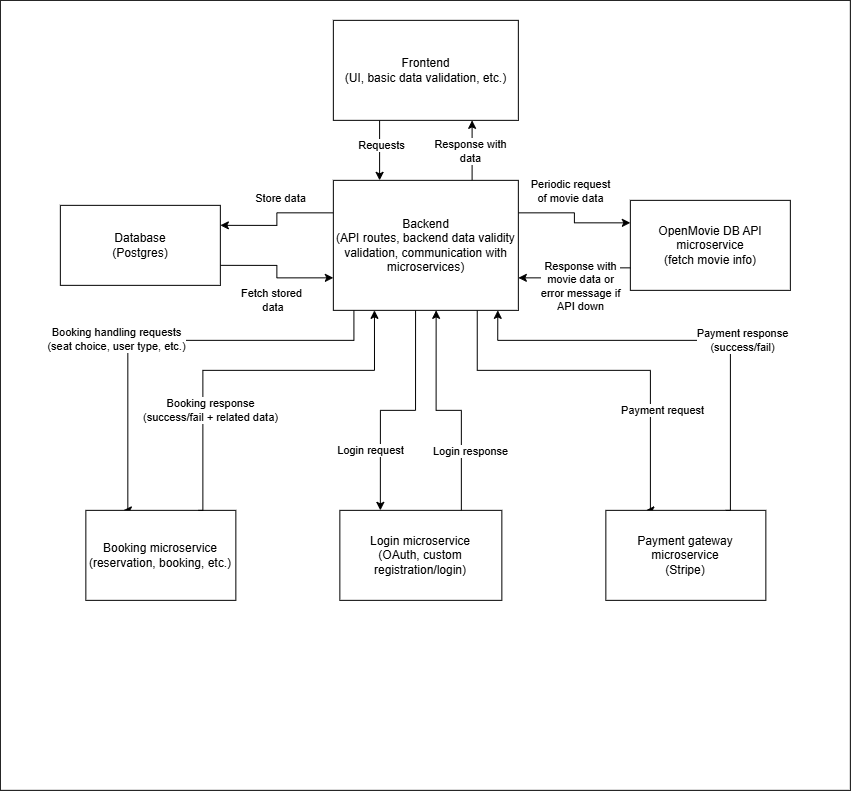
This is docs/architecture_diagram.png from mpomahac25/North-star-app, a draw.io export, as it was before one commit. Source tidied: cells renumbered, new cells last; positions are measured from the earlier drawing's top-left corner, leaving out a move shared by most shapes.
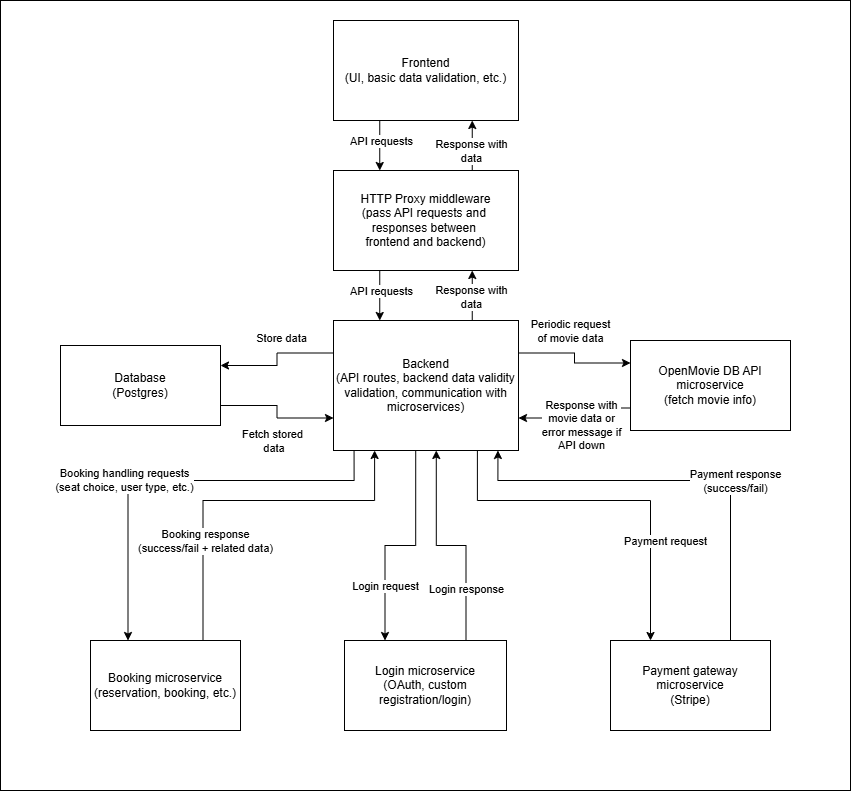
The same file after the commit.

Change to the diagram source:
```diff
@@ -5,23 +5,18 @@
     <mxCell id="2" style="rounded=0;whiteSpace=wrap;html=1;" parent="1" vertex="1">
       <mxGeometry width="850" height="790" as="geometry" />
     </mxCell>
-    <mxCell id="3" style="edgeStyle=orthogonalEdgeStyle;rounded=0;jettySize=auto;html=1;exitX=0.25;exitY=1;exitDx=0;exitDy=0;entryX=0.25;entryY=0;entryDx=0;entryDy=0;" parent="1" edge="1" source="5" target="18">
+    <mxCell id="3" style="edgeStyle=orthogonalEdgeStyle;rounded=0;jettySize=auto;html=1;exitX=0.25;exitY=1;exitDx=0;exitDy=0;entryX=0.25;entryY=0;entryDx=0;entryDy=0;" parent="1" edge="1" source="5" target="37">
       <mxGeometry relative="1" as="geometry" />
     </mxCell>
-    <mxCell id="4" value="Requests" style="edgeLabel;html=1;align=center;verticalAlign=middle;" parent="3" vertex="1">
+    <mxCell id="4" value="API requests" style="edgeLabel;html=1;align=center;verticalAlign=middle;" parent="3" vertex="1">
       <mxGeometry x="-0.19" y="1" relative="1" as="geometry" />
     </mxCell>
     <mxCell id="5" value="Frontend&lt;div&gt;(UI, basic data validation, etc.)&lt;/div&gt;" style="rounded=0;whiteSpace=wrap;html=1;" parent="1" vertex="1">
       <mxGeometry x="333" y="20" width="185" height="100" as="geometry" />
     </mxCell>
-    <mxCell id="6" style="edgeStyle=orthogonalEdgeStyle;rounded=0;jettySize=auto;html=1;exitX=0.75;exitY=0;exitDx=0;exitDy=0;entryX=0.75;entryY=1;entryDx=0;entryDy=0;" parent="1" edge="1" source="18" target="5">
+    <mxCell id="6" style="edgeStyle=orthogonalEdgeStyle;rounded=0;jettySize=auto;html=1;exitX=0.75;exitY=0;exitDx=0;exitDy=0;entryX=0.75;entryY=1;entryDx=0;entryDy=0;" parent="1" edge="1" source="37" target="5">
       <mxGeometry relative="1" as="geometry" />
     </mxCell>
-    <mxCell id="7" value="Response with&lt;div&gt;data&lt;/div&gt;" style="edgeLabel;html=1;align=center;verticalAlign=middle;" parent="6" vertex="1">
-      <mxGeometry x="-0.01" y="-2" relative="1" as="geometry">
-        <mxPoint x="-4" as="offset" />
-      </mxGeometry>
-    </mxCell>
     <mxCell id="8" style="edgeStyle=orthogonalEdgeStyle;rounded=0;jettySize=auto;html=1;exitX=0;exitY=0.25;exitDx=0;exitDy=0;entryX=1;entryY=0.25;entryDx=0;entryDy=0;" parent="1" edge="1" source="18" target="21">
       <mxGeometry relative="1" as="geometry" />
     </mxCell>
@@ -33,9 +28,8 @@
     <mxCell id="10" style="edgeStyle=orthogonalEdgeStyle;rounded=0;jettySize=auto;html=1;exitX=0.111111;exitY=1;exitDx=0;exitDy=0;exitPerimeter=0;entryX=0.25;entryY=0;entryDx=0;entryDy=0;" parent="1" edge="1" source="18" target="23">
       <mxGeometry relative="1" as="geometry">
         <Array as="points">
-          <mxPoint x="353.6" y="340" />
-          <mxPoint x="127.5" y="340" />
-          <mxPoint x="127.5" y="510" />
+          <mxPoint x="353.6" y="480" />
+          <mxPoint x="127.5" y="480" />
         </Array>
       </mxGeometry>
     </mxCell>
@@ -49,15 +43,14 @@
     </mxCell>
     <mxCell id="13" value="Login request" style="edgeLabel;html=1;align=center;verticalAlign=middle;" parent="12" vertex="1">
       <mxGeometry x="0.4" relative="1" as="geometry">
-        <mxPoint x="-10" y="10" as="offset" />
+        <mxPoint y="12" as="offset" />
       </mxGeometry>
     </mxCell>
     <mxCell id="14" style="edgeStyle=orthogonalEdgeStyle;rounded=0;jettySize=auto;html=1;exitX=0.777778;exitY=1;exitDx=0;exitDy=0;exitPerimeter=0;entryX=0.25;entryY=0;entryDx=0;entryDy=0;" parent="1" edge="1" source="18" target="24">
       <mxGeometry relative="1" as="geometry">
         <Array as="points">
-          <mxPoint x="476.9" y="370" />
-          <mxPoint x="650" y="370" />
-          <mxPoint x="650" y="510" />
+          <mxPoint x="476.9" y="500" />
+          <mxPoint x="650" y="500" />
         </Array>
       </mxGeometry>
     </mxCell>
@@ -75,7 +68,7 @@
       </mxGeometry>
     </mxCell>
     <mxCell id="18" value="Backend&lt;div&gt;(API routes, backend data validity validation, communication with microservices&lt;span style=&quot;background-color: transparent; color: light-dark(rgb(0, 0, 0), rgb(255, 255, 255));&quot;&gt;)&lt;/span&gt;&lt;/div&gt;" style="rounded=0;whiteSpace=wrap;html=1;points=[[0,0,0,0,0],[0,0.25,0,0,0],[0,0.5,0,0,0],[0,0.75,0,0,0],[0,1,0,0,0],[0.111111,1,0,0,0],[0.222222,1,0,0,0],[0.25,0,0,0,0],[0.333333,1,0,0,0],[0.444444,1,0,0,0],[0.5,0,0,0,0],[0.555556,1,0,0,0],[0.666667,1,0,0,0],[0.75,0,0,0,0],[0.777778,1,0,0,0],[0.888889,1,0,0,0],[1,0,0,0,0],[1,0.25,0,0,0],[1,0.5,0,0,0],[1,0.75,0,0,0],[1,1,0,0,0]];" parent="1" vertex="1">
-      <mxGeometry x="333" y="180" width="185" height="130" as="geometry" />
+      <mxGeometry x="333" y="320" width="185" height="130" as="geometry" />
     </mxCell>
     <mxCell id="19" style="edgeStyle=orthogonalEdgeStyle;rounded=0;jettySize=auto;html=1;exitX=1;exitY=0.75;exitDx=0;exitDy=0;entryX=0;entryY=0.75;entryDx=0;entryDy=0;" parent="1" edge="1" source="21" target="18">
       <mxGeometry relative="1" as="geometry" />
@@ -86,23 +79,22 @@
       </mxGeometry>
     </mxCell>
     <mxCell id="21" value="Database&lt;div&gt;(Postgres)&lt;/div&gt;" style="rounded=0;whiteSpace=wrap;html=1;" parent="1" vertex="1">
-      <mxGeometry x="60" y="205" width="160" height="80" as="geometry" />
+      <mxGeometry x="60" y="345" width="160" height="80" as="geometry" />
     </mxCell>
     <mxCell id="22" value="Login microservice&lt;div&gt;(OAuth, custom registration/login)&lt;/div&gt;" style="rounded=0;whiteSpace=wrap;html=1;" parent="1" vertex="1">
-      <mxGeometry x="339.5" y="510" width="162" height="90" as="geometry" />
+      <mxGeometry x="344" y="640" width="162" height="90" as="geometry" />
     </mxCell>
     <mxCell id="23" value="Booking microservice&lt;div&gt;(reservation, booking, etc.)&lt;/div&gt;" style="rounded=0;whiteSpace=wrap;html=1;" parent="1" vertex="1">
-      <mxGeometry x="85.5" y="510" width="150" height="90" as="geometry" />
+      <mxGeometry x="90" y="640" width="150" height="90" as="geometry" />
     </mxCell>
     <mxCell id="24" value="Payment gateway microservice&lt;div&gt;(Stripe)&lt;/div&gt;" style="rounded=0;whiteSpace=wrap;html=1;" parent="1" vertex="1">
-      <mxGeometry x="605.5" y="510" width="160" height="90" as="geometry" />
+      <mxGeometry x="610" y="640" width="160" height="90" as="geometry" />
     </mxCell>
     <mxCell id="25" style="edgeStyle=orthogonalEdgeStyle;rounded=0;jettySize=auto;html=1;exitX=0.75;exitY=0;exitDx=0;exitDy=0;entryX=0.222222;entryY=1;entryDx=0;entryDy=0;entryPerimeter=0;" parent="1" edge="1" source="23" target="18">
       <mxGeometry relative="1" as="geometry">
         <Array as="points">
-          <mxPoint x="202.5" y="510" />
-          <mxPoint x="202.5" y="370" />
-          <mxPoint x="374.1" y="370" />
+          <mxPoint x="202.5" y="500" />
+          <mxPoint x="374.1" y="500" />
         </Array>
       </mxGeometry>
     </mxCell>
@@ -116,15 +108,14 @@
     </mxCell>
     <mxCell id="28" value="Login response" style="edgeLabel;html=1;align=center;verticalAlign=middle;" parent="27" vertex="1">
       <mxGeometry x="-0.4" relative="1" as="geometry">
-        <mxPoint x="9" y="8" as="offset" />
+        <mxPoint y="14" as="offset" />
       </mxGeometry>
     </mxCell>
     <mxCell id="29" style="edgeStyle=orthogonalEdgeStyle;rounded=0;jettySize=auto;html=1;exitX=0.75;exitY=0;exitDx=0;exitDy=0;entryX=0.888889;entryY=1;entryDx=0;entryDy=0;entryPerimeter=0;" parent="1" edge="1" source="24" target="18">
       <mxGeometry relative="1" as="geometry">
         <Array as="points">
-          <mxPoint x="730" y="510" />
-          <mxPoint x="730" y="340" />
-          <mxPoint x="497.4" y="340" />
+          <mxPoint x="730" y="480" />
+          <mxPoint x="497.4" y="480" />
         </Array>
       </mxGeometry>
     </mxCell>
@@ -134,7 +125,7 @@
       </mxGeometry>
     </mxCell>
     <mxCell id="31" value="OpenMovie DB API microservice&lt;div&gt;(fetch movie info)&lt;/div&gt;" style="rounded=0;whiteSpace=wrap;html=1;" parent="1" vertex="1">
-      <mxGeometry x="630" y="200" width="160" height="90" as="geometry" />
+      <mxGeometry x="630" y="340" width="160" height="90" as="geometry" />
     </mxCell>
     <mxCell id="32" style="edgeStyle=orthogonalEdgeStyle;rounded=0;jettySize=auto;html=1;exitX=0;exitY=0.75;exitDx=0;exitDy=0;entryX=1;entryY=0.75;entryDx=0;entryDy=0;entryPerimeter=0;" parent="1" edge="1" source="31" target="18">
       <mxGeometry relative="1" as="geometry" />
@@ -144,5 +135,27 @@
         <mxPoint x="10" y="12" as="offset" />
       </mxGeometry>
     </mxCell>
+    <mxCell id="34" style="edgeStyle=orthogonalEdgeStyle;rounded=0;jettySize=auto;html=1;exitX=0.75;exitY=0;exitDx=0;exitDy=0;entryX=0.75;entryY=1;entryDx=0;entryDy=0;" parent="1" edge="1" source="18" target="37">
+      <mxGeometry relative="1" as="geometry" />
+    </mxCell>
+    <mxCell id="35" value="Response with&lt;div&gt;data&lt;/div&gt;" style="edgeLabel;html=1;align=center;verticalAlign=middle;" parent="34" vertex="1">
+      <mxGeometry x="-0.01" y="-2" relative="1" as="geometry">
+        <mxPoint x="-3" y="-145" as="offset" />
+      </mxGeometry>
+    </mxCell>
+    <mxCell id="36" value="Response with&lt;div&gt;data&lt;/div&gt;" style="edgeLabel;html=1;align=center;verticalAlign=middle;" parent="34" vertex="1">
+      <mxGeometry x="-0.04" y="1" relative="1" as="geometry" />
+    </mxCell>
+    <mxCell id="37" value="HTTP Proxy middleware&lt;div&gt;(pass API requests and&amp;nbsp;&lt;/div&gt;&lt;div&gt;responses between&amp;nbsp;&lt;/div&gt;&lt;div&gt;frontend and backend)&lt;/div&gt;" style="rounded=0;whiteSpace=wrap;html=1;" parent="1" vertex="1">
+      <mxGeometry x="333" y="170" width="185" height="100" as="geometry" />
+    </mxCell>
+    <mxCell id="38" style="edgeStyle=orthogonalEdgeStyle;rounded=0;jettySize=auto;html=1;exitX=0.25;exitY=1;exitDx=0;exitDy=0;entryX=0.25;entryY=0;entryDx=0;entryDy=0;entryPerimeter=0;" parent="1" edge="1" source="37" target="18">
+      <mxGeometry relative="1" as="geometry" />
+    </mxCell>
+    <mxCell id="39" value="API requests" style="edgeLabel;html=1;align=center;verticalAlign=middle;" parent="38" vertex="1">
+      <mxGeometry x="-0.27" y="-2" relative="1" as="geometry">
+        <mxPoint x="3" y="2" as="offset" />
+      </mxGeometry>
+    </mxCell>
   </root>
 </mxGraphModel>
```
